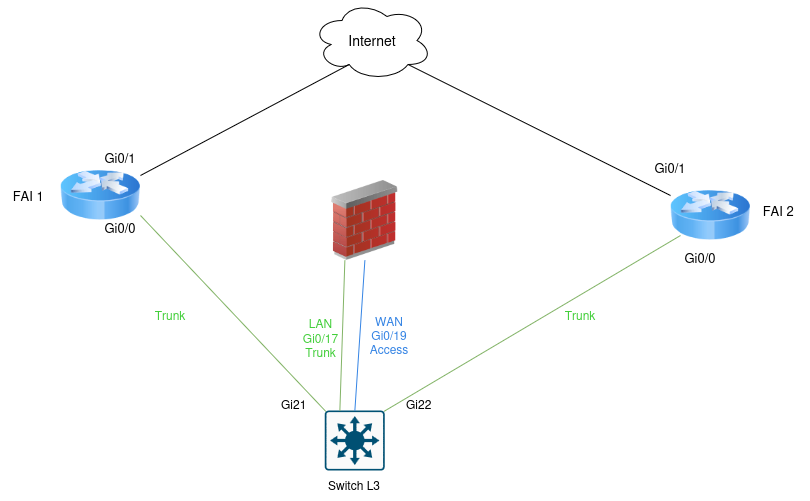
This is docs/annexes/schéma_physique2.drawio.png from Dian3410/Documentation-SporLudique-Tours, a draw.io export, as it was before one commit. Source tidied: cells renumbered, new cells last; positions are measured from the earlier drawing's top-left corner, leaving out a move shared by most shapes.
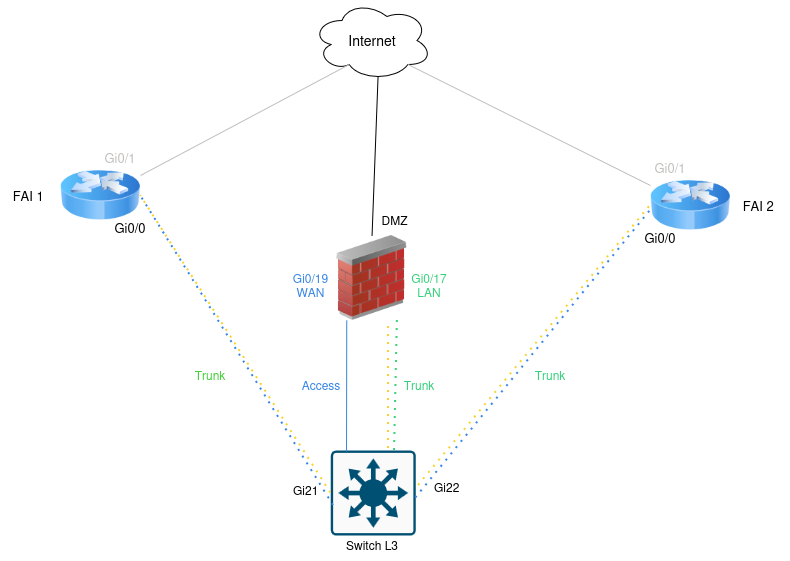
Above is the later version.

Change to the diagram source:
```diff
@@ -9,15 +9,15 @@
       <mxGeometry x="60" y="155" width="80" height="80" as="geometry" />
     </mxCell>
     <mxCell id="4" style="sketch=0;points=[[0.015,0.015,0],[0.985,0.015,0],[0.985,0.985,0],[0.015,0.985,0],[0.25,0,0],[0.5,0,0],[0.75,0,0],[1,0.25,0],[1,0.5,0],[1,0.75,0],[0.75,1,0],[0.5,1,0],[0.25,1,0],[0,0.75,0],[0,0.5,0],[0,0.25,0]];verticalLabelPosition=bottom;html=1;verticalAlign=top;align=center;shape=mxgraph.cisco19.rect;prIcon=l3_switch;fillColor=#FAFAFA;strokeColor=#005073;" parent="1" vertex="1">
-      <mxGeometry x="324.4" y="410" width="60" height="60" as="geometry" />
+      <mxGeometry x="330.3" y="450" width="85" height="85" as="geometry" />
     </mxCell>
     <mxCell id="5" style="image;html=1;image=img/lib/clip_art/networking/Router_Icon_128x128.png;" parent="1" vertex="1">
-      <mxGeometry x="670" y="175" width="80" height="80" as="geometry" />
+      <mxGeometry x="650" y="165" width="80" height="80" as="geometry" />
     </mxCell>
-    <mxCell id="6" style="endArrow=none;html=1;rounded=0;exitX=1;exitY=0.25;exitDx=0;exitDy=0;entryX=0.31;entryY=0.8;entryDx=0;entryDy=0;entryPerimeter=0;" parent="1" edge="1" source="3" target="2">
+    <mxCell id="6" style="endArrow=none;html=1;rounded=0;exitX=1;exitY=0.25;exitDx=0;exitDy=0;entryX=0.31;entryY=0.8;entryDx=0;entryDy=0;entryPerimeter=0;strokeColor=light-dark(#c0bfbc, #ededed);" parent="1" edge="1" source="3" target="2">
       <mxGeometry relative="1" as="geometry" />
     </mxCell>
-    <mxCell id="7" style="endArrow=none;html=1;rounded=0;exitX=0;exitY=0.25;exitDx=0;exitDy=0;entryX=0.8;entryY=0.8;entryDx=0;entryDy=0;entryPerimeter=0;" parent="1" edge="1" source="5" target="2">
+    <mxCell id="7" style="endArrow=none;html=1;rounded=0;exitX=0;exitY=0.25;exitDx=0;exitDy=0;entryX=0.8;entryY=0.8;entryDx=0;entryDy=0;entryPerimeter=0;strokeColor=light-dark(#c0bfbc, #ededed);" parent="1" edge="1" source="5" target="2">
       <mxGeometry relative="1" as="geometry" />
     </mxCell>
     <mxCell id="8" value="&lt;font style=&quot;font-size: 13px;&quot;&gt;FAI 1&amp;nbsp;&lt;/font&gt;" style="text;html=1;whiteSpace=wrap;strokeColor=none;fillColor=none;align=center;verticalAlign=middle;rounded=0;" parent="1" vertex="1">
@@ -27,58 +27,82 @@
       <mxGeometry relative="1" as="geometry" />
     </mxCell>
     <mxCell id="10" value="&lt;font style=&quot;font-size: 13px;&quot;&gt;FAI 2&amp;nbsp;&lt;/font&gt;" style="text;html=1;whiteSpace=wrap;strokeColor=none;fillColor=none;align=center;verticalAlign=middle;rounded=0;" parent="1" vertex="1">
-      <mxGeometry x="750" y="195" width="60" height="30" as="geometry" />
+      <mxGeometry x="730" y="190" width="60" height="30" as="geometry" />
     </mxCell>
     <mxCell id="11" value="&lt;br&gt;&lt;div&gt;&lt;font style=&quot;font-size: 13px;&quot;&gt;Gi0/0&lt;/font&gt;&lt;/div&gt;" style="text;html=1;whiteSpace=wrap;align=center;verticalAlign=middle;rounded=0;" parent="1" vertex="1">
-      <mxGeometry x="80" y="205" width="80" height="30" as="geometry" />
+      <mxGeometry x="90" y="205" width="80" height="30" as="geometry" />
     </mxCell>
     <mxCell id="12" value="&lt;font style=&quot;font-size: 14px;&quot;&gt;Internet&lt;/font&gt;" style="text;html=1;whiteSpace=wrap;strokeColor=none;fillColor=none;align=center;verticalAlign=middle;rounded=0;" parent="1" vertex="1">
       <mxGeometry x="338.7" y="20" width="65.6" height="40" as="geometry" />
     </mxCell>
     <mxCell id="13" value="&lt;br&gt;&lt;div&gt;&lt;font style=&quot;font-size: 13px;&quot;&gt;Gi0/0&lt;/font&gt;&lt;/div&gt;" style="text;html=1;whiteSpace=wrap;align=center;verticalAlign=middle;rounded=0;" parent="1" vertex="1">
-      <mxGeometry x="660" y="235" width="80" height="30" as="geometry" />
+      <mxGeometry x="620" y="215" width="80" height="30" as="geometry" />
     </mxCell>
-    <mxCell id="14" value="Gi22" style="text;whiteSpace=wrap;html=1;" parent="1" vertex="1">
-      <mxGeometry x="404.4" y="390" width="60" height="40" as="geometry" />
+    <mxCell id="14" value="&lt;span style=&quot;color: light-dark(rgb(2, 0, 0), rgb(237, 237, 237));&quot;&gt;Gi22&lt;/span&gt;" style="text;whiteSpace=wrap;html=1;rotation=0;" parent="1" vertex="1">
+      <mxGeometry x="431.6" y="472.5" width="60" height="47.5" as="geometry" />
     </mxCell>
-    <mxCell id="15" value="&lt;br&gt;&lt;div&gt;&lt;font style=&quot;font-size: 13px;&quot;&gt;Gi0/1&lt;/font&gt;&lt;/div&gt;" style="text;html=1;whiteSpace=wrap;align=center;verticalAlign=middle;rounded=0;" parent="1" vertex="1">
+    <mxCell id="15" value="&lt;span style=&quot;color: light-dark(rgb(192, 191, 188), rgb(237, 237, 237));&quot;&gt;&lt;br&gt;&lt;/span&gt;&lt;div&gt;&lt;font style=&quot;font-size: 13px; color: light-dark(rgb(192, 191, 188), rgb(237, 237, 237));&quot;&gt;Gi0/1&lt;/font&gt;&lt;/div&gt;" style="text;html=1;whiteSpace=wrap;align=center;verticalAlign=middle;rounded=0;" parent="1" vertex="1">
       <mxGeometry x="80" y="135" width="80" height="30" as="geometry" />
     </mxCell>
-    <mxCell id="16" value="&lt;br&gt;&lt;div&gt;&lt;font style=&quot;font-size: 13px;&quot;&gt;Gi0/1&lt;/font&gt;&lt;/div&gt;" style="text;html=1;whiteSpace=wrap;align=center;verticalAlign=middle;rounded=0;" parent="1" vertex="1">
+    <mxCell id="16" value="&lt;span style=&quot;color: light-dark(rgb(192, 191, 188), rgb(237, 237, 237));&quot;&gt;&lt;br&gt;&lt;/span&gt;&lt;div&gt;&lt;font style=&quot;font-size: 13px; color: light-dark(rgb(192, 191, 188), rgb(237, 237, 237));&quot;&gt;Gi0/1&lt;/font&gt;&lt;/div&gt;" style="text;html=1;whiteSpace=wrap;align=center;verticalAlign=middle;rounded=0;" parent="1" vertex="1">
       <mxGeometry x="630" y="145" width="80" height="30" as="geometry" />
     </mxCell>
-    <mxCell id="17" style="endArrow=none;html=1;rounded=0;exitX=0.015;exitY=0.015;exitDx=0;exitDy=0;exitPerimeter=0;fillColor=#d5e8d4;strokeColor=#82b366;entryX=1;entryY=0.75;entryDx=0;entryDy=0;fontColor=light-dark(#42ce3a, #ededed);" parent="1" edge="1" source="4" target="3">
-      <mxGeometry relative="1" as="geometry" />
-    </mxCell>
-    <mxCell id="18" value="Gi21" style="text;whiteSpace=wrap;html=1;" parent="1" vertex="1">
-      <mxGeometry x="278.7" y="390" width="60" height="40" as="geometry" />
+    <mxCell id="18" value="&lt;span style=&quot;color: light-dark(rgb(2, 0, 0), rgb(237, 237, 237));&quot;&gt;Gi21&lt;/span&gt;" style="text;whiteSpace=wrap;html=1;" parent="1" vertex="1">
+      <mxGeometry x="290.6" y="476.2" width="60" height="40" as="geometry" />
     </mxCell>
     <mxCell id="19" value="Switch L3" style="text;html=1;whiteSpace=wrap;strokeColor=none;fillColor=none;align=center;verticalAlign=middle;rounded=0;" parent="1" vertex="1">
-      <mxGeometry x="324.4" y="470" width="60" height="30" as="geometry" />
+      <mxGeometry x="341.6" y="530" width="60" height="30" as="geometry" />
     </mxCell>
-    <mxCell id="20" value="&lt;span style=&quot;&quot;&gt;Trunk&lt;/span&gt;" style="text;html=1;whiteSpace=wrap;strokeColor=none;fillColor=none;align=center;verticalAlign=middle;rounded=0;fontColor=light-dark(#42ce3a, #ededed);" parent="1" vertex="1">
-      <mxGeometry x="550" y="300" width="60" height="30" as="geometry" />
+    <mxCell id="20" value="&lt;span style=&quot;color: light-dark(rgb(51, 209, 122), rgb(237, 237, 237));&quot;&gt;Trunk&lt;/span&gt;" style="text;html=1;whiteSpace=wrap;strokeColor=none;fillColor=none;align=center;verticalAlign=middle;rounded=0;fontColor=light-dark(#42ce3a, #ededed);" parent="1" vertex="1">
+      <mxGeometry x="520" y="360" width="60" height="30" as="geometry" />
     </mxCell>
     <mxCell id="21" style="image;html=1;image=img/lib/clip_art/networking/Firewall_02_128x128.png;" parent="1" vertex="1">
-      <mxGeometry x="324.4" y="180" width="80" height="80" as="geometry" />
+      <mxGeometry x="320.9" y="235" width="101.3" height="85" as="geometry" />
     </mxCell>
     <mxCell id="22" value="&lt;span style=&quot;color: light-dark(rgb(66, 206, 58), rgb(237, 237, 237));&quot;&gt;Trunk&lt;/span&gt;" style="text;html=1;whiteSpace=wrap;strokeColor=none;fillColor=none;align=center;verticalAlign=middle;rounded=0;" parent="1" vertex="1">
-      <mxGeometry x="140" y="300" width="60" height="30" as="geometry" />
+      <mxGeometry x="180" y="360" width="60" height="30" as="geometry" />
     </mxCell>
-    <mxCell id="23" style="endArrow=none;html=1;rounded=0;exitX=0.985;exitY=0.015;exitDx=0;exitDy=0;exitPerimeter=0;fillColor=#d5e8d4;strokeColor=#82b366;entryX=0.25;entryY=0;entryDx=0;entryDy=0;fontColor=light-dark(#42ce3a, #ededed);" parent="1" edge="1" source="4" target="13">
-      <mxGeometry relative="1" as="geometry" />
-    </mxCell>
-    <mxCell id="24" style="endArrow=none;html=1;rounded=0;exitX=0.25;exitY=0;exitDx=0;exitDy=0;exitPerimeter=0;fillColor=#d5e8d4;strokeColor=#82b366;entryX=0.25;entryY=1;entryDx=0;entryDy=0;fontColor=light-dark(#42ce3a, #ededed);" parent="1" edge="1" source="4" target="21">
-      <mxGeometry relative="1" as="geometry" />
-    </mxCell>
-    <mxCell id="25" value="&lt;div&gt;&lt;span style=&quot;color: light-dark(rgb(66, 206, 58), rgb(237, 237, 237));&quot;&gt;LAN&lt;/span&gt;&lt;/div&gt;&lt;div&gt;&lt;span style=&quot;color: light-dark(rgb(66, 206, 58), rgb(237, 237, 237));&quot;&gt;Gi0/17&lt;/span&gt;&lt;/div&gt;&lt;div&gt;&lt;span style=&quot;color: light-dark(rgb(66, 206, 58), rgb(237, 237, 237));&quot;&gt;Trunk&lt;/span&gt;&lt;/div&gt;&lt;div&gt;&lt;span style=&quot;color: light-dark(rgb(66, 206, 58), rgb(237, 237, 237));&quot;&gt;&lt;br&gt;&lt;/span&gt;&lt;/div&gt;" style="text;html=1;whiteSpace=wrap;strokeColor=none;fillColor=none;align=center;verticalAlign=middle;rounded=0;" parent="1" vertex="1">
-      <mxGeometry x="270" y="330" width="101.3" height="30" as="geometry" />
-    </mxCell>
-    <mxCell id="26" value="&lt;div&gt;&lt;span style=&quot;color: light-dark(rgb(53, 132, 228), rgb(237, 237, 237));&quot;&gt;WAN&lt;/span&gt;&lt;/div&gt;&lt;div&gt;&lt;span style=&quot;color: light-dark(rgb(53, 132, 228), rgb(237, 237, 237));&quot;&gt;Gi0/19&lt;/span&gt;&lt;/div&gt;&lt;div&gt;&lt;span style=&quot;color: light-dark(rgb(53, 132, 228), rgb(237, 237, 237));&quot;&gt;Access&lt;/span&gt;&lt;/div&gt;" style="text;html=1;whiteSpace=wrap;strokeColor=none;fillColor=none;align=center;verticalAlign=middle;rounded=0;" parent="1" vertex="1">
-      <mxGeometry x="359.4" y="320" width="60" height="30" as="geometry" />
-    </mxCell>
-    <mxCell id="27" style="endArrow=none;html=1;rounded=0;exitX=0.5;exitY=0;exitDx=0;exitDy=0;exitPerimeter=0;entryX=0.5;entryY=1;entryDx=0;entryDy=0;strokeColor=light-dark(#3584e4, #ededed);" parent="1" edge="1" source="4" target="21">
+    <mxCell id="27" style="endArrow=none;html=1;rounded=0;exitX=0.185;exitY=0.012;exitDx=0;exitDy=0;exitPerimeter=0;entryX=0.25;entryY=1;entryDx=0;entryDy=0;strokeColor=light-dark(#3584e4, #ededed);" parent="1" edge="1" source="4" target="21">
       <mxGeometry relative="1" as="geometry" />
     </mxCell>
+    <mxCell id="28" value="DMZ" style="text;html=1;whiteSpace=wrap;strokeColor=none;fillColor=none;align=center;verticalAlign=middle;rounded=0;" parent="1" vertex="1">
+      <mxGeometry x="344" y="205" width="101.3" height="30" as="geometry" />
+    </mxCell>
+    <mxCell id="29" value="&lt;div&gt;&lt;span style=&quot;color: light-dark(rgb(53, 132, 228), rgb(237, 237, 237));&quot;&gt;Gi0/19&lt;/span&gt;&lt;/div&gt;&lt;div&gt;&lt;span style=&quot;color: light-dark(rgb(53, 132, 228), rgb(237, 237, 237));&quot;&gt;WAN&lt;/span&gt;&lt;/div&gt;" style="text;html=1;whiteSpace=wrap;strokeColor=none;fillColor=none;align=center;verticalAlign=middle;rounded=0;" parent="1" vertex="1">
+      <mxGeometry x="260" y="270" width="101.3" height="30" as="geometry" />
+    </mxCell>
+    <mxCell id="30" value="&lt;div&gt;&lt;span style=&quot;color: light-dark(rgb(51, 209, 122), rgb(237, 237, 237));&quot;&gt;Gi0/17&lt;/span&gt;&lt;/div&gt;&lt;div&gt;&lt;span style=&quot;color: light-dark(rgb(51, 209, 122), rgb(237, 237, 237));&quot;&gt;LAN&lt;/span&gt;&lt;/div&gt;" style="text;html=1;whiteSpace=wrap;strokeColor=none;fillColor=none;align=center;verticalAlign=middle;rounded=0;" parent="1" vertex="1">
+      <mxGeometry x="404.4" y="270" width="50" height="30" as="geometry" />
+    </mxCell>
+    <mxCell id="31" value="&lt;span style=&quot;color: light-dark(rgb(53, 132, 228), rgb(237, 237, 237));&quot;&gt;Access&lt;/span&gt;" style="text;html=1;whiteSpace=wrap;strokeColor=none;fillColor=none;align=center;verticalAlign=middle;rounded=0;" parent="1" vertex="1">
+      <mxGeometry x="290.6" y="370" width="60" height="30" as="geometry" />
+    </mxCell>
+    <mxCell id="32" value="&lt;span style=&quot;color: light-dark(rgb(51, 209, 122), rgb(237, 237, 237));&quot;&gt;Trunk&lt;/span&gt;" style="text;html=1;whiteSpace=wrap;strokeColor=none;fillColor=none;align=center;verticalAlign=middle;rounded=0;" parent="1" vertex="1">
+      <mxGeometry x="389.4" y="370" width="60" height="30" as="geometry" />
+    </mxCell>
+    <mxCell id="33" style="endArrow=none;dashed=1;html=1;dashPattern=1 3;strokeWidth=2;rounded=0;exitX=1.032;exitY=0.412;exitDx=0;exitDy=0;exitPerimeter=0;entryX=0;entryY=0.5;entryDx=0;entryDy=0;strokeColor=light-dark(#f6d32d, #ededed);" parent="1" edge="1" source="4" target="5">
+      <mxGeometry relative="1" as="geometry" />
+    </mxCell>
+    <mxCell id="34" style="endArrow=none;dashed=1;html=1;dashPattern=1 3;strokeWidth=2;rounded=0;exitX=0.75;exitY=0;exitDx=0;exitDy=0;exitPerimeter=0;strokeColor=light-dark(#33d17a, #ededed);entryX=0.75;entryY=1;entryDx=0;entryDy=0;" parent="1" edge="1" source="4" target="21">
+      <mxGeometry relative="1" as="geometry" />
+    </mxCell>
+    <mxCell id="35" style="endArrow=none;dashed=1;html=1;dashPattern=1 3;strokeWidth=2;rounded=0;strokeColor=light-dark(#f6d32d, #ededed);entryX=1;entryY=0.5;entryDx=0;entryDy=0;exitX=0;exitY=0.5;exitDx=0;exitDy=0;exitPerimeter=0;" parent="1" edge="1" source="4" target="3">
+      <mxGeometry relative="1" as="geometry" />
+    </mxCell>
+    <mxCell id="36" style="endArrow=none;dashed=1;html=1;dashPattern=1 3;strokeWidth=2;rounded=0;exitX=1;exitY=0.5;exitDx=0;exitDy=0;exitPerimeter=0;entryX=0;entryY=0.5;entryDx=0;entryDy=0;strokeColor=light-dark(#3584e4, #ededed);" parent="1" edge="1">
+      <mxGeometry relative="1" as="geometry">
+        <mxPoint x="415.3" y="497.5" as="sourcePoint" />
+        <mxPoint x="650" y="210" as="targetPoint" />
+      </mxGeometry>
+    </mxCell>
+    <mxCell id="37" style="endArrow=none;dashed=1;html=1;dashPattern=1 3;strokeWidth=2;rounded=0;entryX=1;entryY=0.5;entryDx=0;entryDy=0;strokeColor=light-dark(#3584e4, #ededed);exitX=0.032;exitY=0.647;exitDx=0;exitDy=0;exitPerimeter=0;" parent="1" edge="1" source="4" target="3">
+      <mxGeometry relative="1" as="geometry" />
+    </mxCell>
+    <mxCell id="38" style="endArrow=none;html=1;rounded=0;entryX=0.55;entryY=0.95;entryDx=0;entryDy=0;entryPerimeter=0;exitX=0.5;exitY=0;exitDx=0;exitDy=0;" parent="1" edge="1" source="21" target="2">
+      <mxGeometry relative="1" as="geometry" />
+    </mxCell>
+    <mxCell id="39" style="endArrow=none;dashed=1;html=1;dashPattern=1 3;strokeWidth=2;rounded=0;exitX=0.679;exitY=-0.024;exitDx=0;exitDy=0;exitPerimeter=0;entryX=0.663;entryY=1;entryDx=0;entryDy=0;strokeColor=light-dark(#f6d32d, #ededed);entryPerimeter=0;" parent="1" edge="1" source="4" target="21">
+      <mxGeometry relative="1" as="geometry" />
+    </mxCell>
   </root>
 </mxGraphModel>
```
